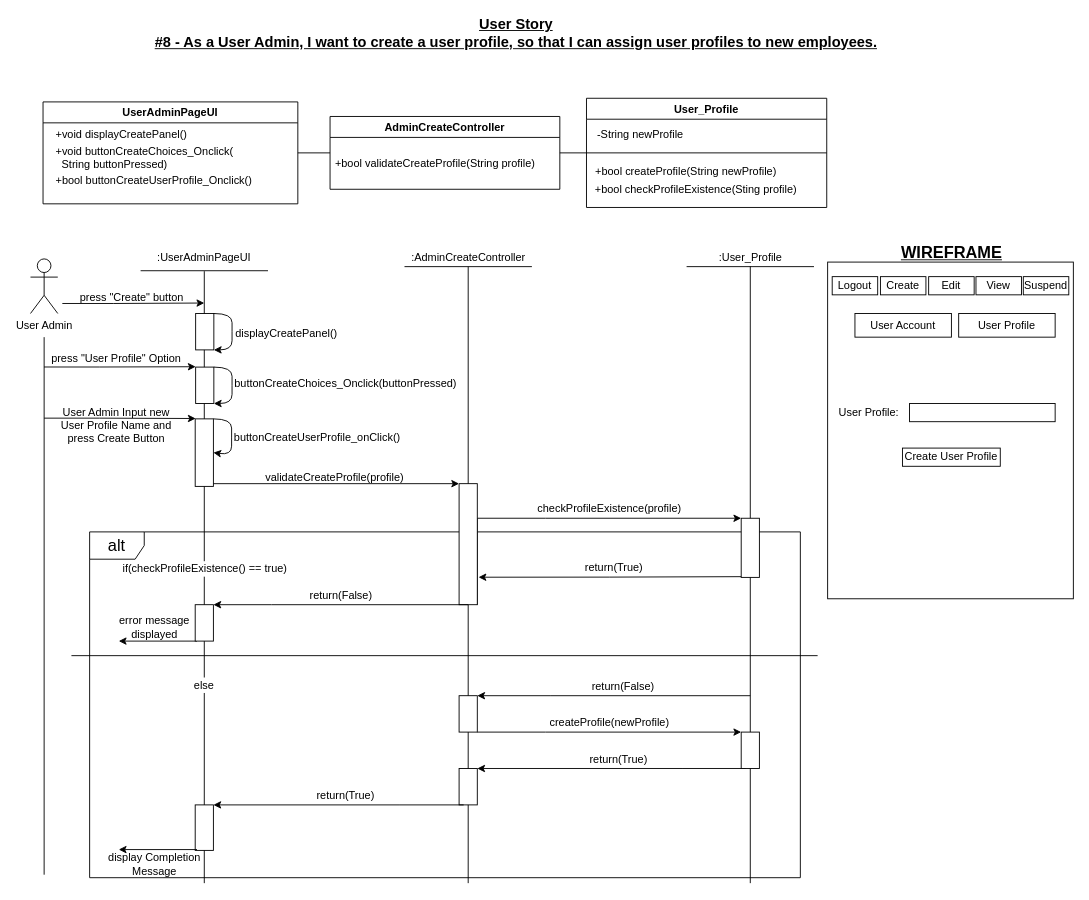
extred5700/JAVAGUI-Restaurant-Table-Order-System keeps this draw.io diagram as BCE_UML_and_Diagrams/UserAdmin/UserAdmin_Create(#3&8)/UserStory#8_CreateUserProfile.drawio. Above is the earlier version. Source tidied: cells renumbered, new cells numbered last; positions are measured from the earlier drawing's top-left corner, leaving out a move shared by most shapes. Both pictures are drawn from the tidied source at 91%, with x=0, y=0 at pixel (30, 19).
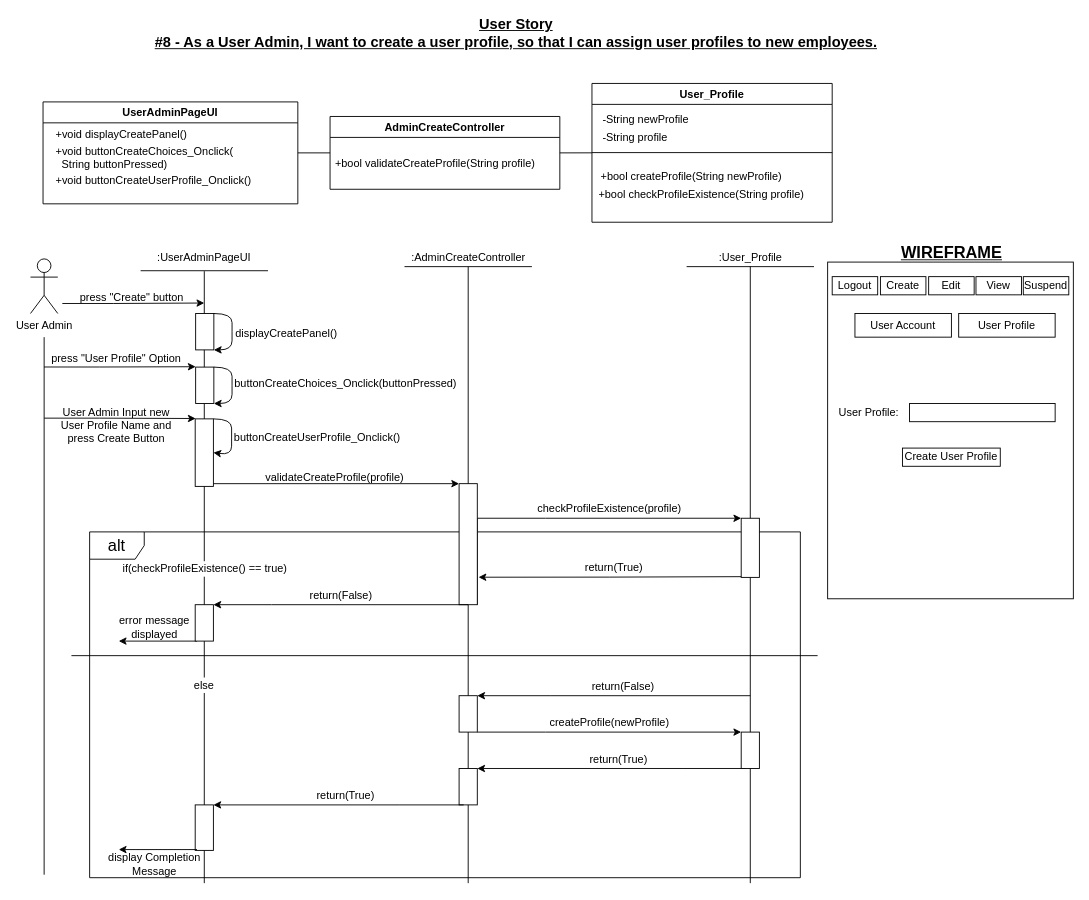
The same diagram, later.

Unchanged cells that the change refers to:
```xml
<mxCell id="3" value="UserAdminPageUI" style="swimlane;" parent="1" vertex="1">
  <mxGeometry x="13.8" y="90.5" width="280" height="112" as="geometry" />
</mxCell>
```

What changed in the source:
```diff
@@
-    <mxCell id="5" value="+bool buttonCreateUserProfile_Onclick()" style="text;html=1;align=left;verticalAlign=middle;strokeColor=none;fillColor=none;" parent="3" vertex="1">
+    <mxCell id="5" value="+void buttonCreateUserProfile_Onclick()" style="text;html=1;align=left;verticalAlign=middle;strokeColor=none;fillColor=none;" parent="3" vertex="1">
       <mxGeometry x="12" y="76" width="230" height="20" as="geometry" />
     </mxCell>
@@
     <mxCell id="9" value="User_Profile" style="swimlane;" parent="1" vertex="1">
-      <mxGeometry x="611" y="86.5" width="264" height="120" as="geometry" />
+      <mxGeometry x="617" y="70.2" width="264" height="152.5" as="geometry" />
     </mxCell>
@@
     <mxCell id="11" style="endArrow=none;html=1;rounded=0;" parent="9" edge="1">
       <mxGeometry relative="1" as="geometry">
-        <mxPoint y="60" as="sourcePoint" />
-        <mxPoint x="264" y="60" as="targetPoint" />
+        <mxPoint y="76" as="sourcePoint" />
+        <mxPoint x="264" y="76" as="targetPoint" />
       </mxGeometry>
     </mxCell>
     <mxCell id="12" value="+bool createProfile(String newProfile)" style="text;html=1;align=center;verticalAlign=middle;strokeColor=none;fillColor=none;" parent="9" vertex="1">
-      <mxGeometry x="4" y="70" width="210" height="20" as="geometry" />
+      <mxGeometry x="4" y="92.5" width="210" height="20" as="geometry" />
     </mxCell>
-    <mxCell id="13" value="+bool checkProfileExistence(Sting profile&lt;span&gt;)&lt;/span&gt;" style="text;html=1;align=center;verticalAlign=middle;strokeColor=none;fillColor=none;" parent="9" vertex="1">
-      <mxGeometry y="90" width="240" height="20" as="geometry" />
+    <mxCell id="13" value="+bool checkProfileExistence(String profile&lt;span&gt;)&lt;/span&gt;" style="text;html=1;align=center;verticalAlign=middle;strokeColor=none;fillColor=none;" parent="9" vertex="1">
+      <mxGeometry y="112.5" width="240" height="20" as="geometry" />
     </mxCell>
+    <mxCell id="85" value="-String profile" style="text;html=1;align=left;verticalAlign=middle;strokeColor=none;fillColor=none;" parent="9" vertex="1">
+      <mxGeometry x="10" y="50" width="90" height="20" as="geometry" />
+    </mxCell>
@@
-    <mxCell id="25" value="&lt;span&gt;buttonCreateUserProfile_onClick(&lt;/span&gt;&lt;span&gt;)&lt;/span&gt;" style="text;html=1;align=left;verticalAlign=middle;strokeColor=none;fillColor=none;" parent="1" vertex="1">
+    <mxCell id="25" value="&lt;span&gt;buttonCreateUserProfile_Onclick(&lt;/span&gt;&lt;span&gt;)&lt;/span&gt;" style="text;html=1;align=left;verticalAlign=middle;strokeColor=none;fillColor=none;" parent="1" vertex="1">
       <mxGeometry x="222" y="449.8" width="200" height="20" as="geometry" />
     </mxCell>
```
